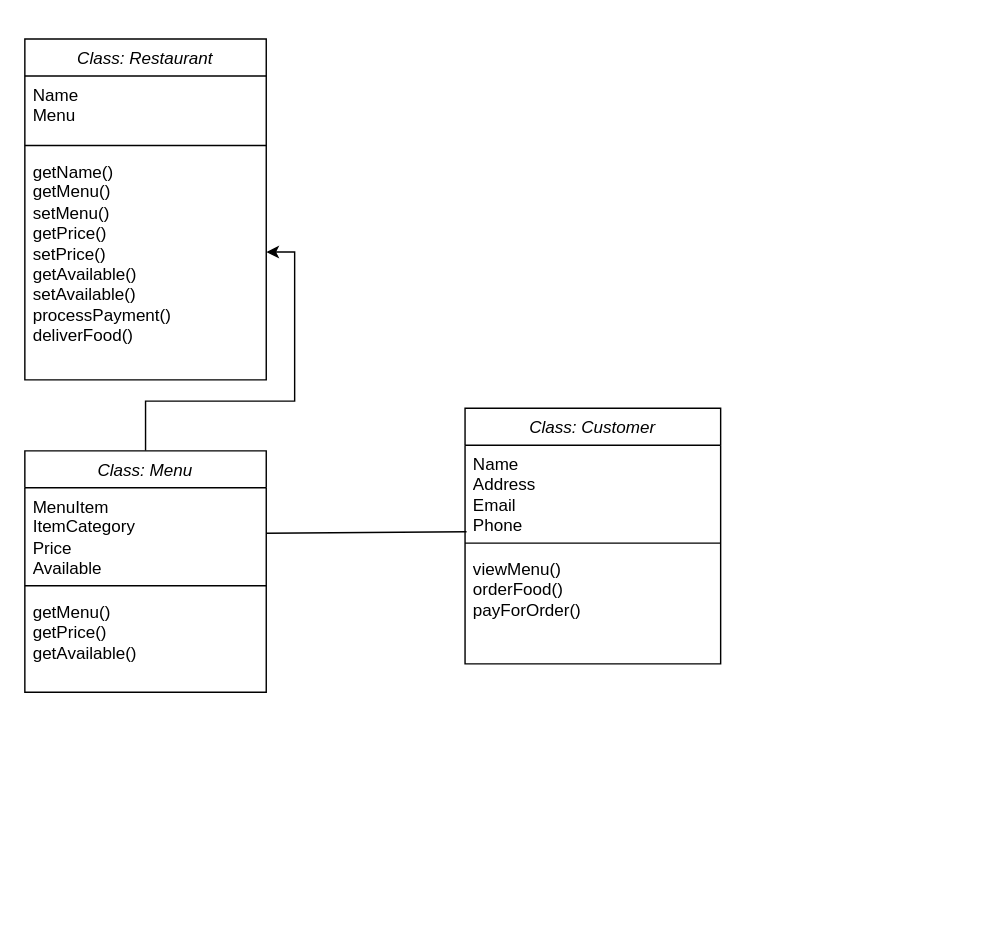
The draw.io diagram Q11. Class Diagram.drawio in Wade008/flowcharts, before the edit. Source tidied: cells renumbered, new cells numbered last; positions are measured from the earlier drawing's top-left corner, leaving out a move shared by most shapes. Both pictures are drawn from the tidied source at 142%, with x=0, y=0 at pixel (24, 38).
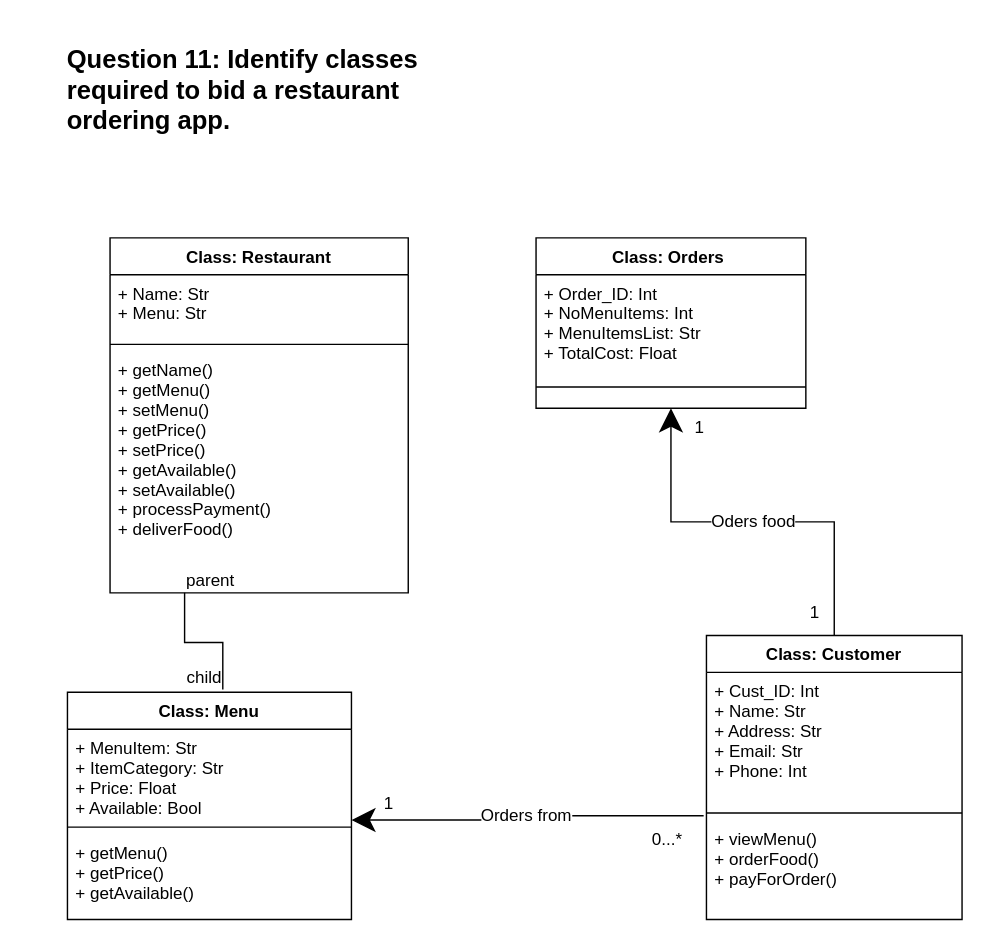
After the change.

Change to the diagram source:
```diff
@@
-    <mxCell id="2" value="Class: Restaurant" style="swimlane;fontStyle=2;align=center;verticalAlign=top;horizontal=1;startSize=26;rounded=0;shadow=0;strokeWidth=1;fontSize=12;" parent="1" vertex="1">
-      <mxGeometry width="170" height="240" as="geometry" />
+    <mxCell id="2" value="Class: Restaurant" style="swimlane;fontStyle=1;align=center;verticalAlign=top;horizontal=1;startSize=26;rounded=0;shadow=0;strokeWidth=1;fontSize=12;" parent="1" vertex="1">
+      <mxGeometry x="60" y="140" width="210" height="250" as="geometry" />
     </mxCell>
-    <mxCell id="3" value="Name&#10;Menu&#10;&#10;" style="text;align=left;verticalAlign=top;spacingLeft=4;spacingRight=4;overflow=hidden;whiteSpace=wrap;spacingTop=0;spacingBottom=0;spacing=2;" parent="2" vertex="1">
-      <mxGeometry y="26" width="170" height="44" as="geometry" />
-    </mxCell>
+    <mxCell id="16" value="+ Name: Str&#10;+ Menu: Str" style="text;strokeColor=none;fillColor=none;align=left;verticalAlign=top;spacingLeft=4;spacingRight=4;overflow=hidden;fontSize=12;html=0;" parent="2" vertex="1">
+      <mxGeometry y="26" width="210" height="44" as="geometry" />
+    </mxCell>
     <mxCell id="4" style="line;html=1;strokeWidth=1;align=left;verticalAlign=middle;spacingTop=-1;spacingLeft=3;spacingRight=3;labelPosition=right;" parent="2" vertex="1">
-      <mxGeometry y="70" width="170" height="10" as="geometry" />
+      <mxGeometry y="70" width="210" height="10" as="geometry" />
     </mxCell>
-    <mxCell id="5" value="getName()&#10;getMenu()&#10;setMenu()&#10;getPrice()&#10;setPrice()&#10;getAvailable()&#10;setAvailable()&#10;processPayment()&#10;deliverFood()&#10;&#10;" style="text;align=left;verticalAlign=top;spacingLeft=4;spacingRight=4;overflow=hidden;points=[[0,0.5],[1,0.5]];portConstraint=eastwest;whiteSpace=wrap;spacingTop=0;spacingBottom=0;spacing=2;" parent="2" vertex="1">
-      <mxGeometry y="80" width="170" height="140" as="geometry" />
-    </mxCell>
-    <mxCell id="6" style="edgeStyle=orthogonalEdgeStyle;rounded=0;jettySize=auto;html=1;fontSize=12;" parent="1" edge="1" source="7" target="5">
-      <mxGeometry relative="1" as="geometry" />
-    </mxCell>
+    <mxCell id="17" value="+ getName()&#10;+ getMenu()&#10;+ setMenu()&#10;+ getPrice()&#10;+ setPrice()&#10;+ getAvailable()&#10;+ setAvailable()&#10;+ processPayment()&#10;+ deliverFood()" style="text;strokeColor=none;fillColor=none;align=left;verticalAlign=top;spacingLeft=4;spacingRight=4;overflow=hidden;fontSize=12;html=0;" parent="2" vertex="1">
+      <mxGeometry y="80" width="210" height="150" as="geometry" />
+    </mxCell>
-    <mxCell id="7" value="Class: Menu" style="swimlane;fontStyle=2;align=center;verticalAlign=top;horizontal=1;startSize=26;rounded=0;shadow=0;strokeWidth=1;fontSize=12;whiteSpace=wrap;" parent="1" vertex="1">
-      <mxGeometry y="290" width="170" height="170" as="geometry" />
+    <mxCell id="7" value="Class: Menu" style="swimlane;fontStyle=1;align=center;verticalAlign=top;horizontal=1;startSize=26;rounded=0;shadow=0;strokeWidth=1;fontSize=12;whiteSpace=wrap;" parent="1" vertex="1">
+      <mxGeometry x="30" y="460" width="200" height="160" as="geometry" />
     </mxCell>
-    <mxCell id="8" value="MenuItem&#10;ItemCategory&#10;Price&#10;Available" style="text;align=left;verticalAlign=top;spacingLeft=4;spacingRight=4;overflow=hidden;points=[[0,0.5],[1,0.5]];portConstraint=eastwest;whiteSpace=wrap;spacingTop=0;spacingBottom=0;spacing=2;" parent="7" vertex="1">
-      <mxGeometry y="26" width="170" height="64" as="geometry" />
-    </mxCell>
+    <mxCell id="18" value="+ MenuItem: Str&#10;+ ItemCategory: Str&#10;+ Price: Float&#10;+ Available: Bool" style="text;strokeColor=none;fillColor=none;align=left;verticalAlign=top;spacingLeft=4;spacingRight=4;overflow=hidden;fontSize=12;html=0;" parent="7" vertex="1">
+      <mxGeometry y="26" width="200" height="64" as="geometry" />
+    </mxCell>
+    <mxCell id="19" value="Orders from" style="endArrow=none;html=1;endSize=12;startArrow=classic;startSize=14;startFill=1;edgeStyle=orthogonalEdgeStyle;rounded=0;fontSize=12;entryX=-0.011;entryY=-0.05;entryDx=0;entryDy=0;entryPerimeter=0;endFill=0;" parent="7" edge="1" target="24">
+      <mxGeometry relative="1" as="geometry">
+        <mxPoint x="200" y="90" as="sourcePoint" />
+        <Array as="points">
+          <mxPoint x="305" y="90" />
+          <mxPoint x="305" y="87" />
+        </Array>
+      </mxGeometry>
+    </mxCell>
+    <mxCell id="20" value="0...*" style="edgeLabel;html=1;align=left;verticalAlign=top;fontSize=12;" parent="19" vertex="1">
+      <mxGeometry x="-1" relative="1" as="geometry">
+        <mxPoint x="210" as="offset" />
+      </mxGeometry>
+    </mxCell>
+    <mxCell id="21" value="1" style="edgeLabel;html=1;align=right;verticalAlign=top;fontSize=12;rotation=0;" parent="19" vertex="1">
+      <mxGeometry x="1" relative="1" as="geometry">
+        <mxPoint x="-218" y="-22" as="offset" />
+      </mxGeometry>
+    </mxCell>
     <mxCell id="9" style="line;html=1;strokeWidth=1;align=left;verticalAlign=middle;spacingTop=-1;spacingLeft=3;spacingRight=3;labelPosition=right;" parent="7" vertex="1">
-      <mxGeometry y="90" width="170" height="10" as="geometry" />
+      <mxGeometry y="90" width="200" height="10" as="geometry" />
     </mxCell>
-    <mxCell id="10" value="getMenu()&#10;getPrice()&#10;getAvailable()" style="text;align=left;verticalAlign=top;spacingLeft=4;spacingRight=4;overflow=hidden;whiteSpace=wrap;spacingTop=0;spacingBottom=0;spacing=2;" parent="7" vertex="1">
-      <mxGeometry y="100" width="170" height="70" as="geometry" />
-    </mxCell>
+    <mxCell id="22" value="+ getMenu()&#10;+ getPrice()&#10;+ getAvailable()" style="text;strokeColor=none;fillColor=none;align=left;verticalAlign=top;spacingLeft=4;spacingRight=4;overflow=hidden;fontSize=12;html=0;" parent="7" vertex="1">
+      <mxGeometry y="100" width="200" height="60" as="geometry" />
+    </mxCell>
-    <mxCell id="11" value="Class: Customer" style="swimlane;fontStyle=2;align=center;verticalAlign=top;horizontal=1;startSize=26;rounded=0;shadow=0;strokeWidth=1;fontSize=12;" parent="1" vertex="1">
-      <mxGeometry x="310" y="260" width="180" height="180" as="geometry" />
+    <mxCell id="11" value="Class: Customer" style="swimlane;fontStyle=1;align=center;verticalAlign=top;horizontal=1;startSize=26;rounded=0;shadow=0;strokeWidth=1;fontSize=12;" parent="1" vertex="1">
+      <mxGeometry x="480" y="420" width="180" height="200" as="geometry" />
     </mxCell>
-    <mxCell id="12" value="Name&#10;Address&#10;Email&#10;Phone" style="text;align=left;verticalAlign=top;spacingLeft=4;spacingRight=4;overflow=hidden;points=[[0,0.5],[1,0.5]];portConstraint=eastwest;whiteSpace=wrap;spacingTop=0;spacingBottom=0;spacing=2;" parent="11" vertex="1">
-      <mxGeometry y="26" width="180" height="64" as="geometry" />
-    </mxCell>
+    <mxCell id="23" value="+ Cust_ID: Int&#10;+ Name: Str&#10;+ Address: Str&#10;+ Email: Str&#10;+ Phone: Int" style="text;strokeColor=none;fillColor=none;align=left;verticalAlign=top;spacingLeft=4;spacingRight=4;overflow=hidden;fontSize=12;html=0;" parent="11" vertex="1">
+      <mxGeometry y="26" width="180" height="94" as="geometry" />
+    </mxCell>
     <mxCell id="13" style="line;html=1;strokeWidth=1;align=left;verticalAlign=middle;spacingTop=-1;spacingLeft=3;spacingRight=3;labelPosition=right;" parent="11" vertex="1">
-      <mxGeometry y="90" width="180" height="10" as="geometry" />
+      <mxGeometry y="120" width="180" height="10" as="geometry" />
     </mxCell>
-    <mxCell id="14" value="viewMenu()&#10;orderFood()&#10;payForOrder()&#10;" style="text;align=left;verticalAlign=top;spacingLeft=4;spacingRight=4;overflow=hidden;whiteSpace=wrap;spacingTop=0;spacingBottom=0;spacing=2;" parent="11" vertex="1">
-      <mxGeometry y="100" width="180" height="70" as="geometry" />
-    </mxCell>
-    <mxCell id="15" style="endArrow=none;html=1;rounded=0;fontSize=12;entryX=0.006;entryY=0.953;entryDx=0;entryDy=0;entryPerimeter=0;exitX=1;exitY=0.5;exitDx=0;exitDy=0;" parent="1" edge="1" source="8" target="12">
-      <mxGeometry relative="1" as="geometry" />
-    </mxCell>
+    <mxCell id="24" value="+ viewMenu()&#10;+ orderFood()&#10;+ payForOrder()" style="text;strokeColor=none;fillColor=none;align=left;verticalAlign=top;spacingLeft=4;spacingRight=4;overflow=hidden;points=[[0,0.5],[1,0.5]];portConstraint=eastwest;fontSize=12;html=0;" parent="11" vertex="1">
+      <mxGeometry y="130" width="180" height="60" as="geometry" />
+    </mxCell>
+    <mxCell id="25" style="endArrow=none;html=1;edgeStyle=orthogonalEdgeStyle;rounded=0;fontSize=12;entryX=0.547;entryY=-0.012;entryDx=0;entryDy=0;entryPerimeter=0;exitX=0.25;exitY=1;exitDx=0;exitDy=0;" parent="1" edge="1" source="2" target="7">
+      <mxGeometry relative="1" as="geometry" />
+    </mxCell>
+    <mxCell id="26" value="parent" style="edgeLabel;html=1;align=left;verticalAlign=bottom;fontSize=12;" parent="25" vertex="1">
+      <mxGeometry x="-1" relative="1" as="geometry" />
+    </mxCell>
+    <mxCell id="27" value="child" style="edgeLabel;html=1;align=right;verticalAlign=bottom;fontSize=12;" parent="25" vertex="1">
+      <mxGeometry x="1" relative="1" as="geometry" />
+    </mxCell>
+    <mxCell id="28" value="Class: Orders " style="swimlane;fontStyle=1;align=center;verticalAlign=top;horizontal=1;startSize=26;fontSize=12;html=0;" parent="1" vertex="1">
+      <mxGeometry x="360" y="140" width="190" height="120" as="geometry" />
+    </mxCell>
+    <mxCell id="29" value="+ Order_ID: Int&#10;+ NoMenuItems: Int&#10;+ MenuItemsList: Str&#10;+ TotalCost: Float" style="text;strokeColor=none;fillColor=none;align=left;verticalAlign=top;spacingLeft=4;spacingRight=4;overflow=hidden;fontSize=12;html=0;" parent="28" vertex="1">
+      <mxGeometry y="26" width="190" height="64" as="geometry" />
+    </mxCell>
+    <mxCell id="30" style="line;strokeWidth=1;fillColor=none;align=left;verticalAlign=middle;spacingTop=-1;spacingLeft=3;spacingRight=3;labelPosition=right;fontSize=12;html=0;" parent="28" vertex="1">
+      <mxGeometry y="90" width="190" height="30" as="geometry" />
+    </mxCell>
+    <mxCell id="31" value="Oders food" style="endArrow=none;html=1;endSize=12;startArrow=classic;startSize=14;startFill=1;edgeStyle=orthogonalEdgeStyle;rounded=0;fontSize=12;entryX=0.5;entryY=0;entryDx=0;entryDy=0;endFill=0;exitX=0.5;exitY=1;exitDx=0;exitDy=0;" parent="1" edge="1" source="28" target="11">
+      <mxGeometry relative="1" as="geometry" />
+    </mxCell>
+    <mxCell id="32" value="1" style="edgeLabel;html=1;align=left;verticalAlign=top;fontSize=12;" parent="31" vertex="1">
+      <mxGeometry x="-1" relative="1" as="geometry">
+        <mxPoint x="15" as="offset" />
+      </mxGeometry>
+    </mxCell>
+    <mxCell id="33" value="1" style="edgeLabel;html=1;align=right;verticalAlign=top;fontSize=12;rotation=0;" parent="31" vertex="1">
+      <mxGeometry x="1" relative="1" as="geometry">
+        <mxPoint x="-10" y="-30" as="offset" />
+      </mxGeometry>
+    </mxCell>
+    <mxCell id="34" value="&lt;h2 style=&quot;&quot;&gt;Question 11: Identify classes required to bid a restaurant ordering app.&lt;/h2&gt;" style="text;html=1;strokeColor=none;fillColor=none;spacing=5;spacingTop=-20;whiteSpace=wrap;overflow=hidden;rounded=0;" parent="1" vertex="1">
+      <mxGeometry x="25" width="280" height="80" as="geometry" />
+    </mxCell>
```
